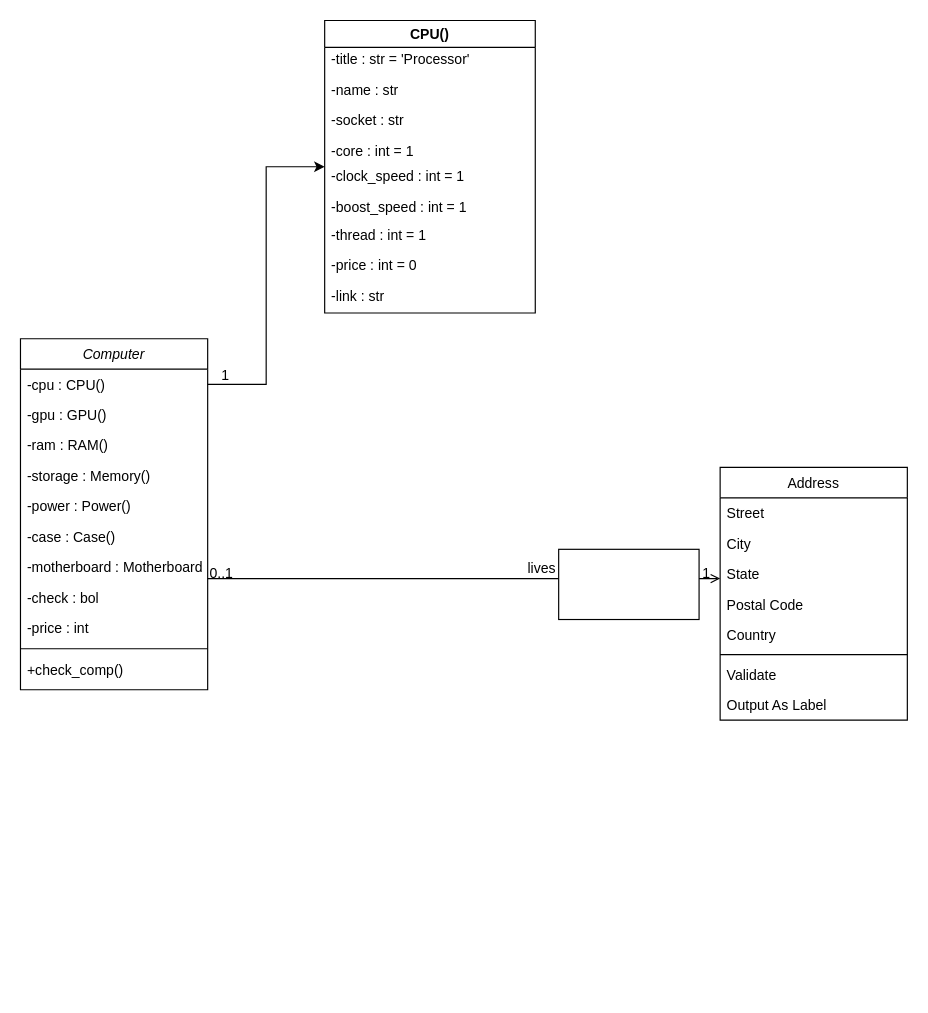
Above: Files/Classes.drawio in Bill-khk/PCBuilder (draw.io), before the change. Source tidied: cells renumbered, new cells numbered last; positions are measured from the earlier drawing's top-left corner, leaving out a move shared by most shapes. Both pictures are drawn from the tidied source at 117%, with x=0, y=0 at pixel (20, 20).
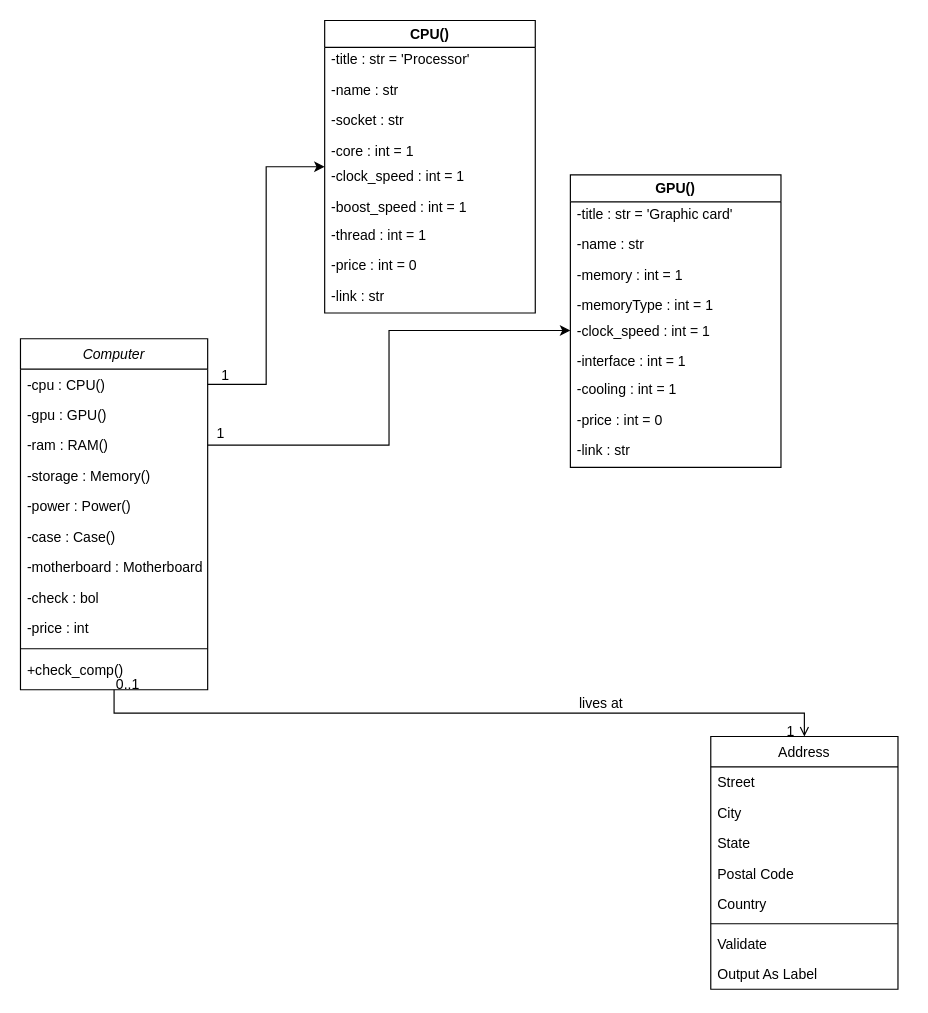
Above is the later version.

Unchanged cells that the change refers to:
```xml
<mxCell id="5" value="-ram : RAM()" style="text;align=left;verticalAlign=top;spacingLeft=4;spacingRight=4;overflow=hidden;points=[[0,0.5],[1,0.5]];portConstraint=eastwest;rounded=0;shadow=0;html=0;" parent="2" vertex="1">
  <mxGeometry y="78" width="160" height="26" as="geometry" />
</mxCell>
```

Diff of the diagram source:
```diff
@@
     <mxCell id="14" value="Address" style="swimlane;fontStyle=0;align=center;verticalAlign=top;horizontal=1;startSize=26;rounded=0;shadow=0;strokeWidth=1;" parent="1" vertex="1">
-      <mxGeometry x="598" y="382" width="160" height="216" as="geometry" />
+      <mxGeometry x="590" y="612" width="160" height="216" as="geometry" />
     </mxCell>
@@
-    <mxCell id="27" style="rounded=0;whiteSpace=wrap;html=1;" parent="1" vertex="1">
-      <mxGeometry x="460" y="452" width="120" height="60" as="geometry" />
-    </mxCell>
@@
+    <mxCell id="40" value="GPU()" style="swimlane;whiteSpace=wrap;html=1;" parent="1" vertex="1">
+      <mxGeometry x="470" y="132" width="180" height="250" as="geometry" />
+    </mxCell>
+    <mxCell id="41" value="-title : str = 'Graphic card'" style="text;align=left;verticalAlign=top;spacingLeft=4;spacingRight=4;overflow=hidden;" parent="40" vertex="1">
+      <mxGeometry y="20" width="160" height="26" as="geometry" />
+    </mxCell>
+    <mxCell id="42" value="-name : str" style="text;align=left;verticalAlign=top;spacingLeft=4;spacingRight=4;overflow=hidden;" parent="40" vertex="1">
+      <mxGeometry y="46" width="160" height="26" as="geometry" />
+    </mxCell>
+    <mxCell id="43" value="-memory : int = 1" style="text;align=left;verticalAlign=top;spacingLeft=4;spacingRight=4;overflow=hidden;" parent="40" vertex="1">
+      <mxGeometry y="72" width="160" height="26" as="geometry" />
+    </mxCell>
+    <mxCell id="44" value="-memoryType : int = 1" style="text;align=left;verticalAlign=top;spacingLeft=4;spacingRight=4;overflow=hidden;" parent="40" vertex="1">
+      <mxGeometry y="98" width="160" height="26" as="geometry" />
+    </mxCell>
+    <mxCell id="45" value="-clock_speed : int = 1" style="text;align=left;verticalAlign=top;spacingLeft=4;spacingRight=4;overflow=hidden;points=[[0,0.5],[1,0.5]];portConstraint=eastwest;" parent="40" vertex="1">
+      <mxGeometry y="120" width="160" height="26" as="geometry" />
+    </mxCell>
+    <mxCell id="46" value="-interface : int = 1" style="text;align=left;verticalAlign=top;spacingLeft=4;spacingRight=4;overflow=hidden;" parent="40" vertex="1">
+      <mxGeometry y="146" width="160" height="26" as="geometry" />
+    </mxCell>
+    <mxCell id="47" value="-cooling : int = 1" style="text;align=left;verticalAlign=top;spacingLeft=4;spacingRight=4;overflow=hidden;" parent="40" vertex="1">
+      <mxGeometry y="170" width="160" height="26" as="geometry" />
+    </mxCell>
+    <mxCell id="48" value="-price : int = 0" style="text;align=left;verticalAlign=top;spacingLeft=4;spacingRight=4;overflow=hidden;" parent="40" vertex="1">
+      <mxGeometry y="196" width="160" height="26" as="geometry" />
+    </mxCell>
+    <mxCell id="49" value="-link : str" style="text;align=left;verticalAlign=top;spacingLeft=4;spacingRight=4;overflow=hidden;" parent="40" vertex="1">
+      <mxGeometry y="222" width="160" height="26" as="geometry" />
+    </mxCell>
+    <mxCell id="50" style="edgeStyle=orthogonalEdgeStyle;rounded=0;jettySize=auto;html=1;exitX=1;exitY=0.5;exitDx=0;exitDy=0;entryX=0;entryY=0.5;entryDx=0;entryDy=0;" parent="1" edge="1" source="5" target="45">
+      <mxGeometry relative="1" as="geometry" />
+    </mxCell>
+    <mxCell id="51" value="1" style="align=left;verticalAlign=bottom;labelBackgroundColor=none;fontSize=12;" parent="1" vertex="1">
+      <mxGeometry x="182" y="324" as="geometry">
+        <mxPoint x="-16" y="37" as="offset" />
+      </mxGeometry>
+    </mxCell>
```
